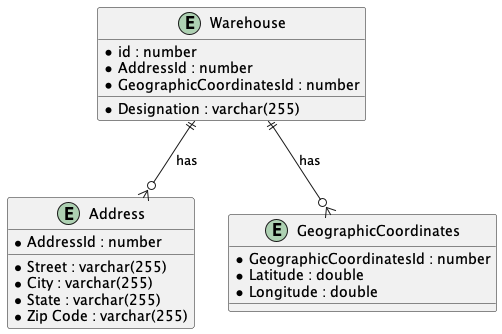
Before: Deliverables/warehouse/diagrams/warehouse_database_schema.png, a diagram exported from PlantUML (pedrofern/desofs2024_M1A_1).
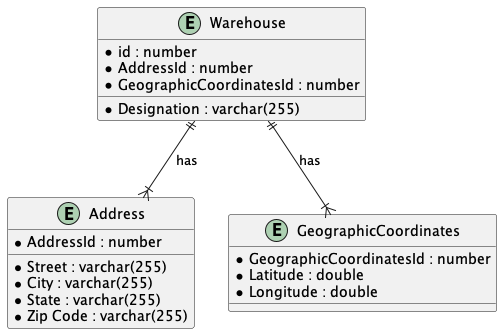
The same file after the commit.

Commit message:
#3 update diagram database schema

The edit, as a diff of the source:
```diff
@@ -21,7 +21,7 @@
     * Longitude : double
 }
 
-"Warehouse" ||--o{ "Address" : "has"
-"Warehouse" ||--o{ "GeographicCoordinates" : "has"
+"Warehouse" ||--|{ "Address" : "has"
+"Warehouse" ||--|{ "GeographicCoordinates" : "has"
 
 @enduml
```
